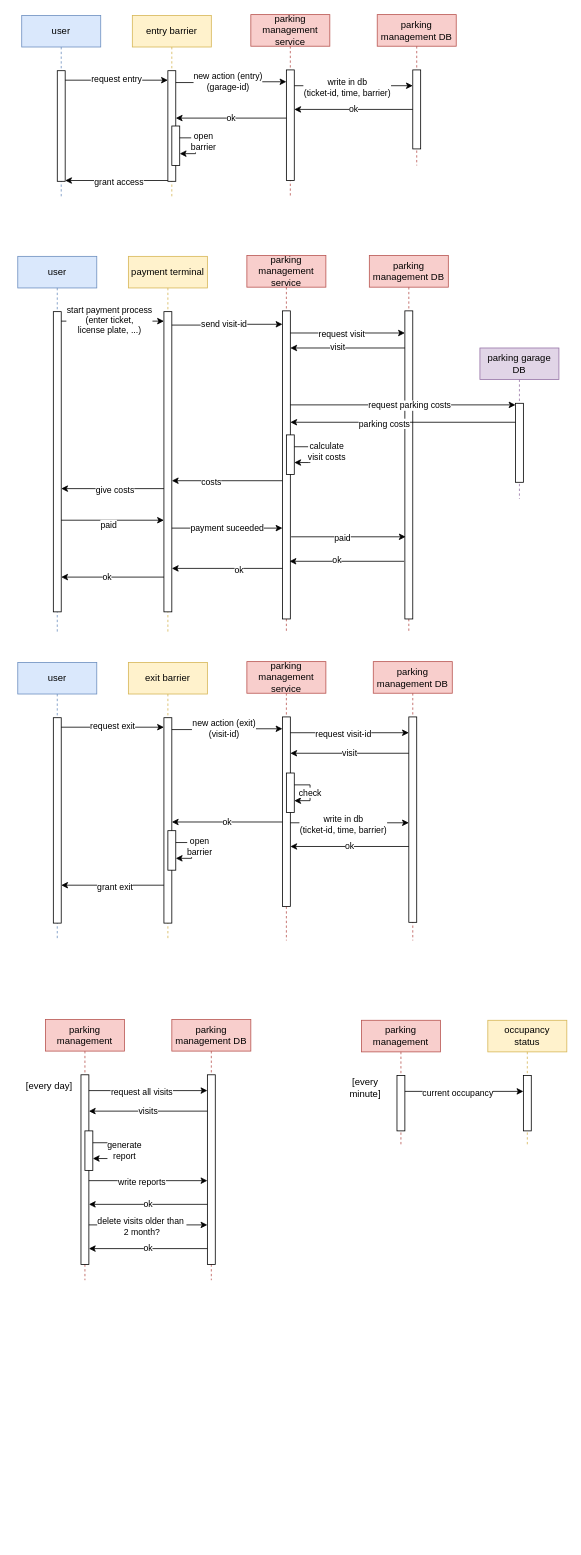
Before: page "sequence" (5 of 8) of parking_management.drawio in msi-cad-vw/.github, a draw.io diagram. Source tidied: cells renumbered, new cells numbered last; positions are measured from the earlier drawing's top-left corner, leaving out a move shared by most shapes. Both pictures are drawn from the tidied source at 79%, with x=0, y=0 at pixel (17, 14).
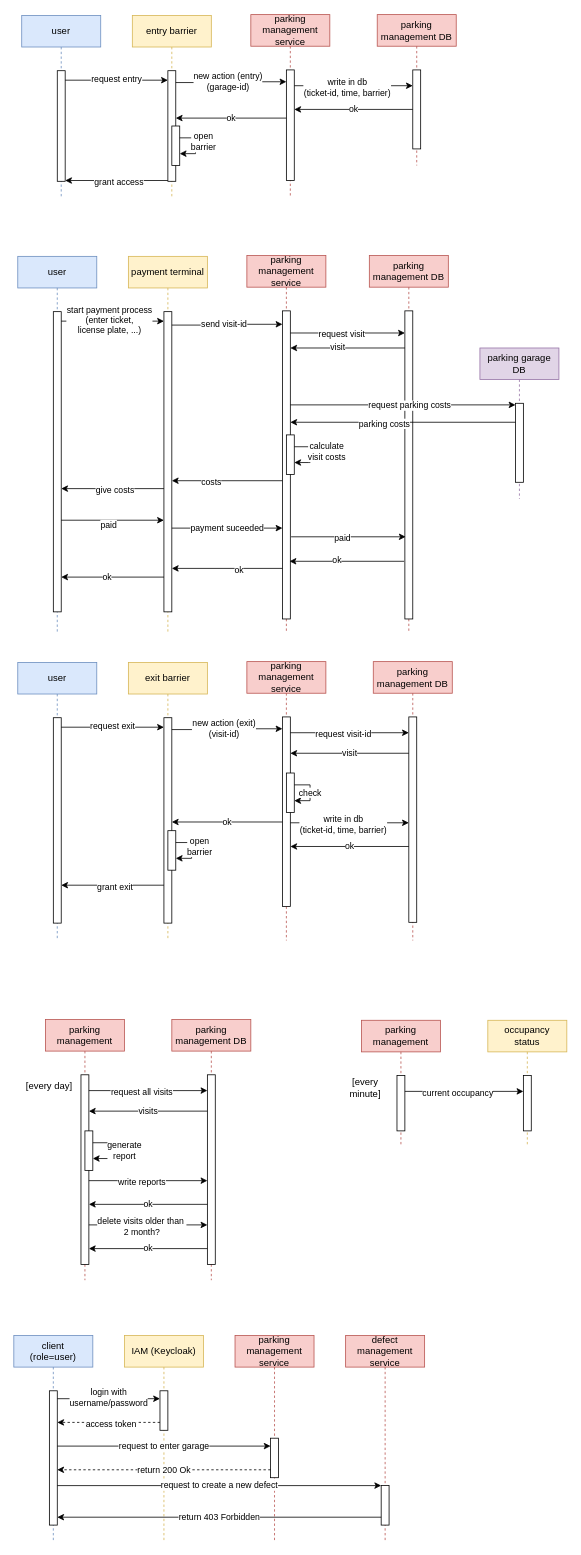
The same diagram, later.

Commit message (it also covers changes not shown here):
Added openid flow

Change to the diagram source:
```diff
@@
+    <mxCell id="110" value="client&lt;div&gt;(role=user)&lt;/div&gt;" style="shape=umlLifeline;perimeter=lifelinePerimeter;whiteSpace=wrap;html=1;newEdgeStyle={&quot;edgeStyle&quot;:&quot;elbowEdgeStyle&quot;,&quot;elbow&quot;:&quot;vertical&quot;,&quot;curved&quot;:0,&quot;rounded&quot;:0};fillColor=#dae8fc;strokeColor=#6c8ebf;" parent="1" vertex="1">
+      <mxGeometry x="-5" y="1672" width="100" height="260" as="geometry" />
+    </mxCell>
+    <mxCell id="111" style="html=1;points=[];perimeter=orthogonalPerimeter;outlineConnect=0;targetShapes=umlLifeline;portConstraint=eastwest;newEdgeStyle={&quot;edgeStyle&quot;:&quot;elbowEdgeStyle&quot;,&quot;elbow&quot;:&quot;vertical&quot;,&quot;curved&quot;:0,&quot;rounded&quot;:0};" parent="110" vertex="1">
+      <mxGeometry x="45" y="70" width="10" height="170" as="geometry" />
+    </mxCell>
+    <mxCell id="112" value="IAM (Keycloak)" style="shape=umlLifeline;perimeter=lifelinePerimeter;whiteSpace=wrap;html=1;newEdgeStyle={&quot;edgeStyle&quot;:&quot;elbowEdgeStyle&quot;,&quot;elbow&quot;:&quot;vertical&quot;,&quot;curved&quot;:0,&quot;rounded&quot;:0};fillColor=#fff2cc;strokeColor=#d6b656;" parent="1" vertex="1">
+      <mxGeometry x="135" y="1672" width="100" height="260" as="geometry" />
+    </mxCell>
+    <mxCell id="113" style="html=1;perimeter=orthogonalPerimeter;targetShapes=umlLifeline;newEdgeStyle={&quot;edgeStyle&quot;:&quot;elbowEdgeStyle&quot;,&quot;elbow&quot;:&quot;vertical&quot;,&quot;curved&quot;:0,&quot;rounded&quot;:0};" parent="112" vertex="1">
+      <mxGeometry x="45" y="70" width="10" height="50" as="geometry" />
+    </mxCell>
+    <mxCell id="114" style="edgeStyle=orthogonalEdgeStyle;rounded=0;orthogonalLoop=1;jettySize=auto;html=1;" parent="1" edge="1">
+      <mxGeometry relative="1" as="geometry">
+        <mxPoint x="50" y="1752" as="sourcePoint" />
+        <mxPoint x="180" y="1752" as="targetPoint" />
+      </mxGeometry>
+    </mxCell>
+    <mxCell id="115" value="login with&lt;div&gt;username/password&lt;/div&gt;" style="edgeLabel;html=1;align=center;verticalAlign=middle;" parent="114" vertex="1">
+      <mxGeometry x="0.25" y="-2" relative="1" as="geometry">
+        <mxPoint x="-17" y="-4" as="offset" />
+      </mxGeometry>
+    </mxCell>
+    <mxCell id="116" value="parking management service" style="shape=umlLifeline;perimeter=lifelinePerimeter;whiteSpace=wrap;html=1;newEdgeStyle={&quot;edgeStyle&quot;:&quot;elbowEdgeStyle&quot;,&quot;elbow&quot;:&quot;vertical&quot;,&quot;curved&quot;:0,&quot;rounded&quot;:0};fillColor=#f8cecc;strokeColor=#b85450;" parent="1" vertex="1">
+      <mxGeometry x="275" y="1672" width="100" height="260" as="geometry" />
+    </mxCell>
+    <mxCell id="117" style="html=1;points=[];perimeter=orthogonalPerimeter;outlineConnect=0;targetShapes=umlLifeline;portConstraint=eastwest;newEdgeStyle={&quot;edgeStyle&quot;:&quot;elbowEdgeStyle&quot;,&quot;elbow&quot;:&quot;vertical&quot;,&quot;curved&quot;:0,&quot;rounded&quot;:0};" parent="116" vertex="1">
+      <mxGeometry x="45" y="130" width="10" height="50" as="geometry" />
+    </mxCell>
+    <mxCell id="118" style="rounded=0;orthogonalLoop=1;jettySize=auto;html=1;dashed=1;" parent="1" edge="1">
+      <mxGeometry relative="1" as="geometry">
+        <mxPoint x="180" y="1782" as="sourcePoint" />
+        <mxPoint x="50" y="1782" as="targetPoint" />
+      </mxGeometry>
+    </mxCell>
+    <mxCell id="119" value="access token" style="edgeLabel;html=1;align=center;verticalAlign=middle;" parent="118" vertex="1">
+      <mxGeometry x="-0.46" y="-2" relative="1" as="geometry">
+        <mxPoint x="-28" y="3" as="offset" />
+      </mxGeometry>
+    </mxCell>
+    <mxCell id="120" value="defect management service" style="shape=umlLifeline;perimeter=lifelinePerimeter;whiteSpace=wrap;html=1;newEdgeStyle={&quot;edgeStyle&quot;:&quot;elbowEdgeStyle&quot;,&quot;elbow&quot;:&quot;vertical&quot;,&quot;curved&quot;:0,&quot;rounded&quot;:0};fillColor=#f8cecc;strokeColor=#b85450;" parent="1" vertex="1">
+      <mxGeometry x="415" y="1672" width="100" height="260" as="geometry" />
+    </mxCell>
+    <mxCell id="121" style="html=1;points=[];perimeter=orthogonalPerimeter;outlineConnect=0;targetShapes=umlLifeline;portConstraint=eastwest;newEdgeStyle={&quot;edgeStyle&quot;:&quot;elbowEdgeStyle&quot;,&quot;elbow&quot;:&quot;vertical&quot;,&quot;curved&quot;:0,&quot;rounded&quot;:0};" parent="120" vertex="1">
+      <mxGeometry x="45" y="190" width="10" height="50" as="geometry" />
+    </mxCell>
+    <mxCell id="122" value="request to create a new defect" style="edgeStyle=none;rounded=0;jettySize=auto;html=1;" parent="1" edge="1" source="111" target="121">
+      <mxGeometry relative="1" as="geometry" />
+    </mxCell>
+    <mxCell id="123" value="return 403 Forbidden" style="edgeStyle=none;rounded=0;jettySize=auto;html=1;" parent="1" edge="1" source="121" target="111">
+      <mxGeometry relative="1" as="geometry">
+        <Array as="points">
+          <mxPoint x="255" y="1902" />
+        </Array>
+      </mxGeometry>
+    </mxCell>
+    <mxCell id="124" value="request to enter garage" style="endArrow=classic;html=1;rounded=0;" parent="1" edge="1" target="117">
+      <mxGeometry relative="1" as="geometry">
+        <mxPoint x="50" y="1812" as="sourcePoint" />
+      </mxGeometry>
+    </mxCell>
+    <mxCell id="125" value="return 200 Ok" style="endArrow=classic;html=1;rounded=0;dashed=1;" parent="1" edge="1" source="117">
+      <mxGeometry relative="1" as="geometry">
+        <mxPoint x="50" y="1842" as="targetPoint" />
+      </mxGeometry>
+    </mxCell>
```
